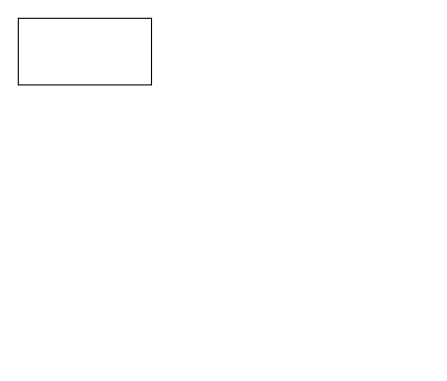
Above: Untitled Diagram.drawio in Wuxy-Bleu/drawio (draw.io), before the change. Source tidied: cells renumbered, new cells numbered last; positions are measured from the earlier drawing's top-left corner, leaving out a move shared by most shapes. Both pictures are drawn from the tidied source at 111%, with x=0, y=0 at pixel (18, 18).
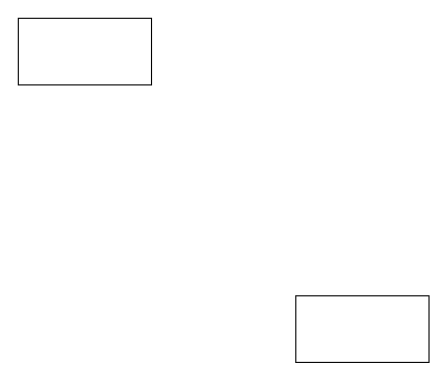
Above is the later version.

Commit message:
thread pool

Change to the diagram source:
```diff
@@
 <mxGraphModel>
   <root>
     <mxCell id="0" />
     <mxCell id="1" parent="0" />
     <mxCell id="2" style="rounded=0;whiteSpace=wrap;html=1;" parent="1" vertex="1">
       <mxGeometry width="120" height="60" as="geometry" />
     </mxCell>
+    <mxCell id="3" style="rounded=0;whiteSpace=wrap;html=1;" parent="1" vertex="1">
+      <mxGeometry x="250" y="250" width="120" height="60" as="geometry" />
+    </mxCell>
   </root>
 </mxGraphModel>
```
